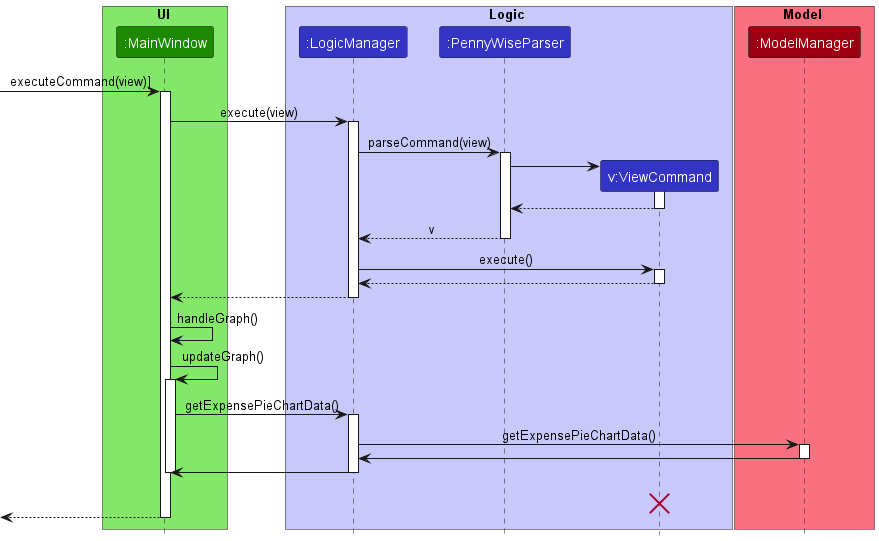
nus-cs2103-AY2223S1/tp keeps this PlantUML diagram as docs/images/PieChartViewSequenceDiagram.png. Above is the earlier version. The source it was exported from:
```plantuml
@startuml
!include style.puml

box UI UI_COLOR_T1
participant ":MainWindow" as MainWindow UI_COLOR
end box

box Logic LOGIC_COLOR_T1
participant ":LogicManager" as LogicManager LOGIC_COLOR
participant ":PennyWiseParser" as PennyWiseParser LOGIC_COLOR
participant "v:ViewCommand" as ViewCommand LOGIC_COLOR
end box

box Model MODEL_COLOR_T1
participant ":ModelManager" as ModelManager MODEL_COLOR
end box

[-> MainWindow: executeCommand(view)]
activate MainWindow

MainWindow -> LogicManager : execute(view)
activate LogicManager

LogicManager -> PennyWiseParser : parseCommand(view)
activate PennyWiseParser

create ViewCommand
PennyWiseParser -> ViewCommand
activate ViewCommand

ViewCommand --> PennyWiseParser
deactivate ViewCommand

PennyWiseParser --> LogicManager : v
deactivate PennyWiseParser

LogicManager -> ViewCommand : execute()
activate ViewCommand

ViewCommand --> LogicManager
deactivate ViewCommand

LogicManager --> MainWindow :
deactivate LogicManager

MainWindow -> MainWindow : handleGraph()
MainWindow -> MainWindow : updateGraph()
activate MainWindow

MainWindow -> LogicManager : getExpensePieChartData()
activate LogicManager

LogicManager -> ModelManager : getExpensePieChartData()
activate ModelManager

ModelManager -> LogicManager
deactivate ModelManager

LogicManager -> MainWindow
deactivate LogicManager
deactivate MainWindow

ViewCommand -[hidden]-> LogicManager : result
destroy ViewCommand

[<--MainWindow
deactivate MainWindow
@enduml
```
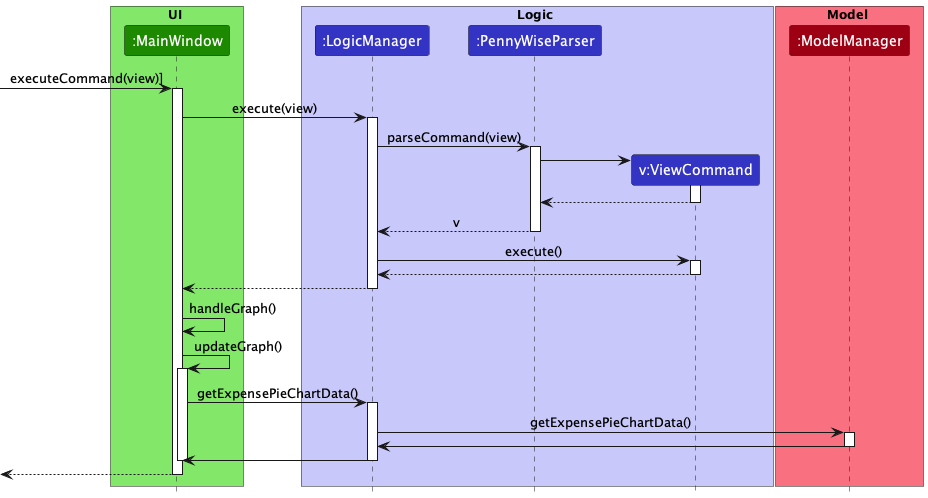
After the change.

Commit message:
Improve diagrams and add view activity diagram

Change to the diagram source:
```diff
@@ -60,9 +60,6 @@
 deactivate LogicManager
 deactivate MainWindow
 
-ViewCommand -[hidden]-> LogicManager : result
-destroy ViewCommand
-
 [<--MainWindow
 deactivate MainWindow
 @enduml
```
